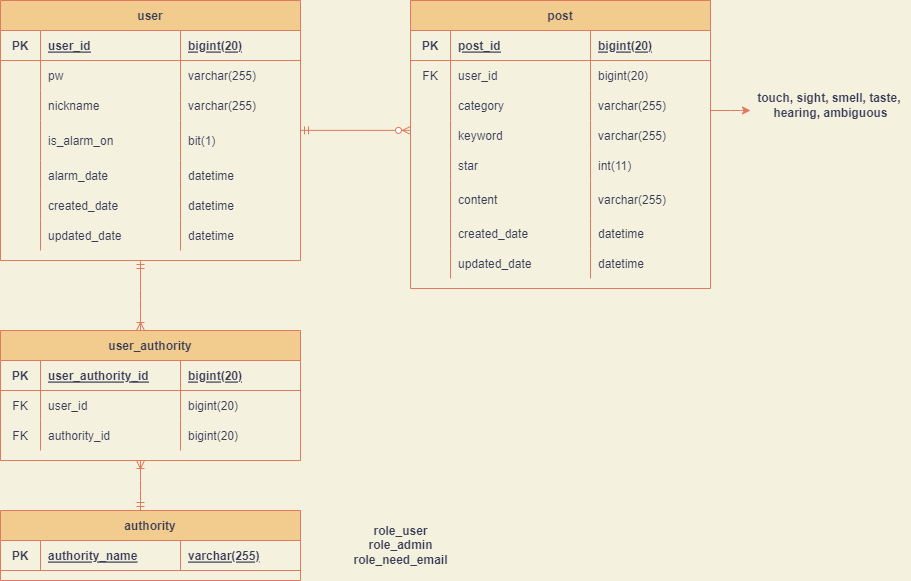
FiveSensesApp/five-senses-common keeps this draw.io diagram as five_senses_erd.drawio.png. Above is the earlier version. Source tidied: cells renumbered, new cells last; positions are measured from the earlier drawing's top-left corner, leaving out a move shared by most shapes.
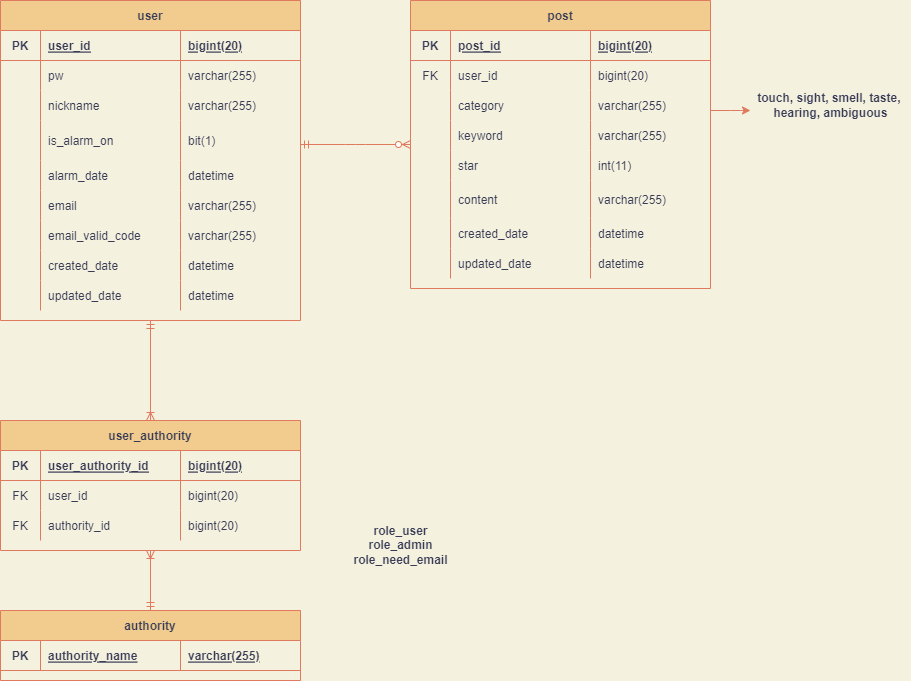
The same file after the commit.

The edit, as a diff of the source:
```diff
@@ -3,7 +3,7 @@
     <mxCell id="0" />
     <mxCell id="1" parent="0" />
     <mxCell id="2" value="user" style="shape=table;startSize=30;rowLines=0;fontStyle=1;align=center;rounded=0;sketch=0;fontColor=#393C56;strokeColor=#E07A5F;fillColor=#F2CC8F;" parent="1" vertex="1">
-      <mxGeometry width="300" height="260" as="geometry" />
+      <mxGeometry width="300" height="320" as="geometry" />
     </mxCell>
     <mxCell id="3" style="shape=tableRow;horizontal=0;startSize=0;swimlaneHead=0;swimlaneBody=0;fillColor=none;top=0;left=0;right=0;bottom=1;rounded=0;sketch=0;fontColor=#393C56;strokeColor=#E07A5F;" parent="2" vertex="1">
       <mxGeometry y="30" width="300" height="30" as="geometry" />
@@ -65,8 +65,32 @@
     <mxCell id="22" value="datetime" style="shape=partialRectangle;fillColor=none;top=0;left=0;bottom=0;right=0;align=left;spacingLeft=6;overflow=hidden;rounded=0;sketch=0;fontColor=#393C56;strokeColor=#E07A5F;" parent="19" vertex="1">
       <mxGeometry x="180" width="120" height="30" as="geometry" />
     </mxCell>
+    <mxCell id="88" style="shape=tableRow;horizontal=0;startSize=0;swimlaneHead=0;swimlaneBody=0;fillColor=none;top=0;left=0;right=0;bottom=0;rounded=0;sketch=0;fontColor=#393C56;strokeColor=#E07A5F;" parent="2" vertex="1">
+      <mxGeometry y="190" width="300" height="30" as="geometry" />
+    </mxCell>
+    <mxCell id="89" style="shape=partialRectangle;fillColor=none;top=0;left=0;bottom=0;right=0;overflow=hidden;rounded=0;sketch=0;fontColor=#393C56;strokeColor=#E07A5F;" parent="88" vertex="1">
+      <mxGeometry width="40" height="30" as="geometry" />
+    </mxCell>
+    <mxCell id="90" value="email" style="shape=partialRectangle;fillColor=none;top=0;left=0;bottom=0;right=0;align=left;spacingLeft=6;overflow=hidden;rounded=0;sketch=0;fontColor=#393C56;strokeColor=#E07A5F;" parent="88" vertex="1">
+      <mxGeometry x="40" width="140" height="30" as="geometry" />
+    </mxCell>
+    <mxCell id="91" value="varchar(255)" style="shape=partialRectangle;fillColor=none;top=0;left=0;bottom=0;right=0;align=left;spacingLeft=6;overflow=hidden;rounded=0;sketch=0;fontColor=#393C56;strokeColor=#E07A5F;" parent="88" vertex="1">
+      <mxGeometry x="180" width="120" height="30" as="geometry" />
+    </mxCell>
+    <mxCell id="92" style="shape=tableRow;horizontal=0;startSize=0;swimlaneHead=0;swimlaneBody=0;fillColor=none;top=0;left=0;right=0;bottom=0;rounded=0;sketch=0;fontColor=#393C56;strokeColor=#E07A5F;" parent="2" vertex="1">
+      <mxGeometry y="220" width="300" height="30" as="geometry" />
+    </mxCell>
+    <mxCell id="93" style="shape=partialRectangle;fillColor=none;top=0;left=0;bottom=0;right=0;overflow=hidden;rounded=0;sketch=0;fontColor=#393C56;strokeColor=#E07A5F;" parent="92" vertex="1">
+      <mxGeometry width="40" height="30" as="geometry" />
+    </mxCell>
+    <mxCell id="94" value="email_valid_code" style="shape=partialRectangle;fillColor=none;top=0;left=0;bottom=0;right=0;align=left;spacingLeft=6;overflow=hidden;rounded=0;sketch=0;fontColor=#393C56;strokeColor=#E07A5F;" parent="92" vertex="1">
+      <mxGeometry x="40" width="140" height="30" as="geometry" />
+    </mxCell>
+    <mxCell id="95" value="varchar(255)" style="shape=partialRectangle;fillColor=none;top=0;left=0;bottom=0;right=0;align=left;spacingLeft=6;overflow=hidden;rounded=0;sketch=0;fontColor=#393C56;strokeColor=#E07A5F;" parent="92" vertex="1">
+      <mxGeometry x="180" width="120" height="30" as="geometry" />
+    </mxCell>
     <mxCell id="23" style="shape=tableRow;horizontal=0;startSize=0;swimlaneHead=0;swimlaneBody=0;fillColor=none;top=0;left=0;right=0;bottom=0;rounded=0;sketch=0;fontColor=#393C56;strokeColor=#E07A5F;" parent="2" vertex="1">
-      <mxGeometry y="190" width="300" height="30" as="geometry" />
+      <mxGeometry y="250" width="300" height="30" as="geometry" />
     </mxCell>
     <mxCell id="24" style="shape=partialRectangle;fillColor=none;top=0;left=0;bottom=0;right=0;overflow=hidden;rounded=0;sketch=0;fontColor=#393C56;strokeColor=#E07A5F;" parent="23" vertex="1">
       <mxGeometry width="40" height="30" as="geometry" />
@@ -78,7 +102,7 @@
       <mxGeometry x="180" width="120" height="30" as="geometry" />
     </mxCell>
     <mxCell id="27" style="shape=tableRow;horizontal=0;startSize=0;swimlaneHead=0;swimlaneBody=0;fillColor=none;top=0;left=0;right=0;bottom=0;rounded=0;sketch=0;fontColor=#393C56;strokeColor=#E07A5F;" parent="2" vertex="1">
-      <mxGeometry y="220" width="300" height="30" as="geometry" />
+      <mxGeometry y="280" width="300" height="30" as="geometry" />
     </mxCell>
     <mxCell id="28" style="shape=partialRectangle;fillColor=none;top=0;left=0;bottom=0;right=0;overflow=hidden;rounded=0;sketch=0;fontColor=#393C56;strokeColor=#E07A5F;" parent="27" vertex="1">
       <mxGeometry width="40" height="30" as="geometry" />
@@ -200,7 +224,7 @@
       </mxGeometry>
     </mxCell>
     <mxCell id="66" value="user_authority" style="shape=table;startSize=30;rowLines=0;fontStyle=1;align=center;rounded=0;sketch=0;fontColor=#393C56;strokeColor=#E07A5F;fillColor=#F2CC8F;" parent="1" vertex="1">
-      <mxGeometry y="330" width="300" height="130" as="geometry" />
+      <mxGeometry y="420" width="300" height="130" as="geometry" />
     </mxCell>
     <mxCell id="67" style="shape=tableRow;horizontal=0;startSize=0;swimlaneHead=0;swimlaneBody=0;fillColor=none;top=0;left=0;right=0;bottom=1;rounded=0;sketch=0;fontColor=#393C56;strokeColor=#E07A5F;" parent="66" vertex="1">
       <mxGeometry y="30" width="300" height="30" as="geometry" />
@@ -239,7 +263,7 @@
       <mxGeometry x="180" width="120" height="30" as="geometry" />
     </mxCell>
     <mxCell id="79" value="authority" style="shape=table;startSize=30;rowLines=0;fontStyle=1;align=center;rounded=0;sketch=0;fontColor=#393C56;strokeColor=#E07A5F;fillColor=#F2CC8F;" parent="1" vertex="1">
-      <mxGeometry y="510" width="300" height="70" as="geometry" />
+      <mxGeometry y="610" width="300" height="70" as="geometry" />
     </mxCell>
     <mxCell id="80" style="shape=tableRow;horizontal=0;startSize=0;swimlaneHead=0;swimlaneBody=0;fillColor=none;top=0;left=0;right=0;bottom=1;rounded=0;sketch=0;fontColor=#393C56;strokeColor=#E07A5F;" parent="79" vertex="1">
       <mxGeometry y="30" width="300" height="30" as="geometry" />
```
